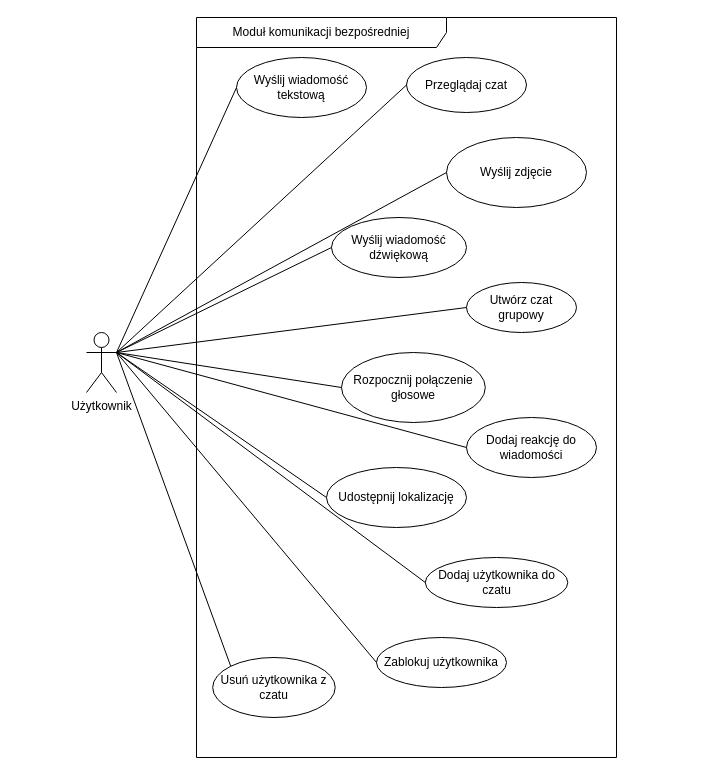
Haltie13/lokalni_app keeps this draw.io diagram as page "Page-1" (1 of 3) of mwo_lokalni_app.drawio. Above is the earlier version. Source tidied: cells renumbered, new cells numbered last; positions are measured from the earlier drawing's top-left corner, leaving out a move shared by most shapes. Both pictures are drawn from the tidied source at 100%, with x=0, y=0 at pixel (86, 17).
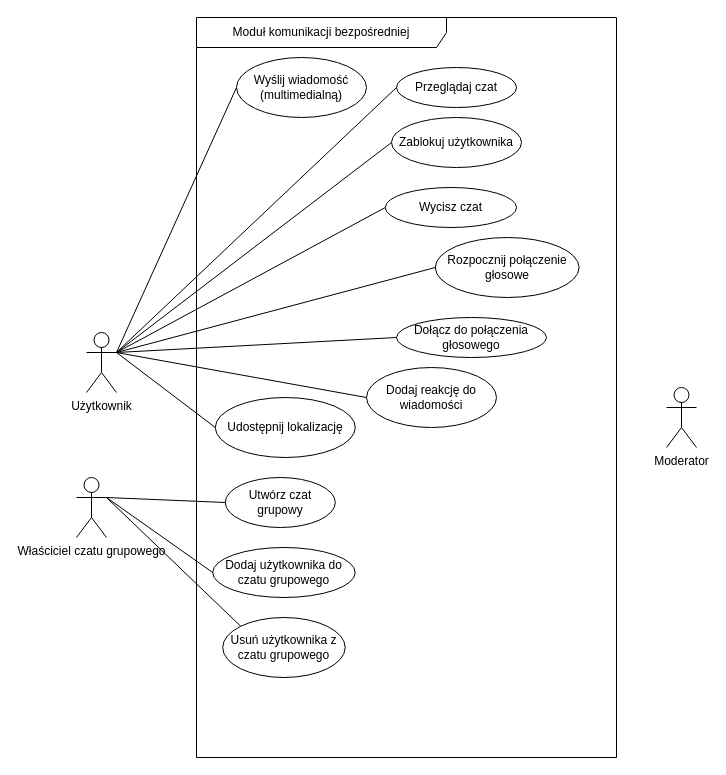
The same diagram, later.

The change refers to these unchanged cells:
```xml
<mxCell id="4" value="Użytkownik" style="shape=umlActor;verticalLabelPosition=bottom;verticalAlign=top;html=1;" parent="1" vertex="1">
  <mxGeometry y="315" width="30" height="60" as="geometry" />
</mxCell>
```

Diff of the diagram source:
```diff
@@
     <mxCell id="5" value="Zablokuj użytkownika" style="ellipse;whiteSpace=wrap;html=1;" parent="1" vertex="1">
-      <mxGeometry x="290" y="620" width="130" height="50" as="geometry" />
+      <mxGeometry x="305" y="100" width="130" height="50" as="geometry" />
     </mxCell>
-    <mxCell id="6" value="Dodaj użytkownika do czatu" style="ellipse;whiteSpace=wrap;html=1;" parent="1" vertex="1">
-      <mxGeometry x="338.8" y="540" width="142.5" height="50" as="geometry" />
+    <mxCell id="6" value="Dodaj użytkownika do czatu grupowego" style="ellipse;whiteSpace=wrap;html=1;" parent="1" vertex="1">
+      <mxGeometry x="126.2" y="530" width="142.5" height="50" as="geometry" />
     </mxCell>
-    <mxCell id="7" value="Usuń użytkownika z czatu" style="ellipse;whiteSpace=wrap;html=1;" parent="1" vertex="1">
-      <mxGeometry x="126.2" y="640" width="122.5" height="60" as="geometry" />
+    <mxCell id="7" value="Usuń użytkownika z czatu grupowego" style="ellipse;whiteSpace=wrap;html=1;" parent="1" vertex="1">
+      <mxGeometry x="136.2" y="600" width="122.5" height="60" as="geometry" />
     </mxCell>
     <mxCell id="8" value="Udostępnij lokalizację" style="ellipse;whiteSpace=wrap;html=1;" parent="1" vertex="1">
-      <mxGeometry x="240" y="450" width="140" height="60" as="geometry" />
+      <mxGeometry x="128.8" y="380" width="140" height="60" as="geometry" />
     </mxCell>
     <mxCell id="9" value="Przeglądaj czat" style="ellipse;whiteSpace=wrap;html=1;" parent="1" vertex="1">
-      <mxGeometry x="320" y="40" width="120" height="55" as="geometry" />
+      <mxGeometry x="310" y="50" width="120" height="40" as="geometry" />
     </mxCell>
-    <mxCell id="10" value="Wyślij wiadomość tekstową" style="ellipse;whiteSpace=wrap;html=1;" parent="1" vertex="1">
+    <mxCell id="10" value="Wyślij wiadomość (multimedialną)" style="ellipse;whiteSpace=wrap;html=1;" parent="1" vertex="1">
       <mxGeometry x="150" y="40" width="130" height="60" as="geometry" />
     </mxCell>
-    <mxCell id="11" value="Wyślij zdjęcie" style="ellipse;whiteSpace=wrap;html=1;" parent="1" vertex="1">
-      <mxGeometry x="360" y="120" width="140" height="70" as="geometry" />
-    </mxCell>
-    <mxCell id="12" value="Wyślij wiadomość dźwiękową" style="ellipse;whiteSpace=wrap;html=1;" parent="1" vertex="1">
-      <mxGeometry x="245" y="200" width="135" height="60" as="geometry" />
-    </mxCell>
     <mxCell id="13" value="Utwórz czat grupowy" style="ellipse;whiteSpace=wrap;html=1;" parent="1" vertex="1">
-      <mxGeometry x="380" y="265" width="110" height="50" as="geometry" />
+      <mxGeometry x="138.8" y="460" width="110" height="50" as="geometry" />
     </mxCell>
     <mxCell id="14" value="Dodaj reakcję do wiadomości" style="ellipse;whiteSpace=wrap;html=1;" parent="1" vertex="1">
-      <mxGeometry x="380" y="400" width="130" height="60" as="geometry" />
+      <mxGeometry x="280" y="350" width="130" height="60" as="geometry" />
     </mxCell>
     <mxCell id="15" value="Rozpocznij połączenie głosowe" style="ellipse;whiteSpace=wrap;html=1;" parent="1" vertex="1">
-      <mxGeometry x="255" y="335" width="143.8" height="70" as="geometry" />
+      <mxGeometry x="348.8" y="220" width="143.8" height="60" as="geometry" />
     </mxCell>
@@
-    <mxCell id="17" style="rounded=0;jettySize=auto;html=1;entryX=0;entryY=0.5;entryDx=0;entryDy=0;endArrow=none;startFill=0;exitX=1;exitY=0.3333333333333333;exitDx=0;exitDy=0;exitPerimeter=0;" parent="1" edge="1" source="4" target="11">
-      <mxGeometry relative="1" as="geometry" />
-    </mxCell>
-    <mxCell id="18" style="rounded=0;jettySize=auto;html=1;entryX=0;entryY=0.5;entryDx=0;entryDy=0;endArrow=none;startFill=0;exitX=1;exitY=0.3333333333333333;exitDx=0;exitDy=0;exitPerimeter=0;" parent="1" edge="1" source="4" target="12">
-      <mxGeometry relative="1" as="geometry" />
-    </mxCell>
-    <mxCell id="19" style="rounded=0;jettySize=auto;html=1;entryX=0;entryY=0.5;entryDx=0;entryDy=0;endArrow=none;startFill=0;exitX=1;exitY=0.3333333333333333;exitDx=0;exitDy=0;exitPerimeter=0;" parent="1" edge="1" source="4" target="13">
+    <mxCell id="19" style="rounded=0;jettySize=auto;html=1;entryX=0;entryY=0.5;entryDx=0;entryDy=0;endArrow=none;startFill=0;exitX=1;exitY=0.3333333333333333;exitDx=0;exitDy=0;exitPerimeter=0;" parent="1" edge="1" source="29" target="13">
       <mxGeometry relative="1" as="geometry" />
     </mxCell>
@@
-    <mxCell id="23" style="rounded=0;jettySize=auto;html=1;entryX=0;entryY=0;entryDx=0;entryDy=0;endArrow=none;startFill=0;exitX=1;exitY=0.3333333333333333;exitDx=0;exitDy=0;exitPerimeter=0;" parent="1" edge="1" source="4" target="7">
+    <mxCell id="23" style="rounded=0;jettySize=auto;html=1;entryX=0;entryY=0;entryDx=0;entryDy=0;endArrow=none;startFill=0;exitX=1;exitY=0.3333333333333333;exitDx=0;exitDy=0;exitPerimeter=0;" parent="1" edge="1" source="29" target="7">
       <mxGeometry relative="1" as="geometry" />
     </mxCell>
@@
-    <mxCell id="25" style="rounded=0;jettySize=auto;html=1;entryX=0;entryY=0.5;entryDx=0;entryDy=0;endArrow=none;startFill=0;exitX=1;exitY=0.3333333333333333;exitDx=0;exitDy=0;exitPerimeter=0;" parent="1" edge="1" source="4" target="6">
+    <mxCell id="25" style="rounded=0;jettySize=auto;html=1;entryX=0;entryY=0.5;entryDx=0;entryDy=0;endArrow=none;startFill=0;exitX=1;exitY=0.3333333333333333;exitDx=0;exitDy=0;exitPerimeter=0;" parent="1" edge="1" source="29" target="6">
       <mxGeometry relative="1" as="geometry" />
     </mxCell>
+    <mxCell id="26" value="Wycisz czat" style="ellipse;whiteSpace=wrap;html=1;" parent="1" vertex="1">
+      <mxGeometry x="298.8" y="170" width="131.2" height="40" as="geometry" />
+    </mxCell>
+    <mxCell id="27" value="Dołącz do połączenia głosowego" style="ellipse;whiteSpace=wrap;html=1;" parent="1" vertex="1">
+      <mxGeometry x="310" y="300" width="150" height="40" as="geometry" />
+    </mxCell>
+    <mxCell id="28" style="rounded=0;jettySize=auto;html=1;exitX=0;exitY=0.5;exitDx=0;exitDy=0;entryX=1;entryY=0.3333333333333333;entryDx=0;entryDy=0;endArrow=none;startFill=0;entryPerimeter=0;" parent="1" edge="1" source="27" target="4">
+      <mxGeometry relative="1" as="geometry" />
+    </mxCell>
+    <mxCell id="29" value="Właściciel czatu grupowego" style="shape=umlActor;verticalLabelPosition=bottom;verticalAlign=top;html=1;" parent="1" vertex="1">
+      <mxGeometry x="-10" y="460" width="30" height="60" as="geometry" />
+    </mxCell>
+    <mxCell id="30" style="rounded=0;jettySize=auto;html=1;entryX=0;entryY=0.5;entryDx=0;entryDy=0;endArrow=none;startFill=0;exitX=1;exitY=0.3333333333333333;exitDx=0;exitDy=0;exitPerimeter=0;" parent="1" edge="1" source="4" target="26">
+      <mxGeometry relative="1" as="geometry" />
+    </mxCell>
+    <mxCell id="31" value="Moderator" style="shape=umlActor;verticalLabelPosition=bottom;verticalAlign=top;html=1;" parent="1" vertex="1">
+      <mxGeometry x="580" y="370" width="30" height="60" as="geometry" />
+    </mxCell>
```
